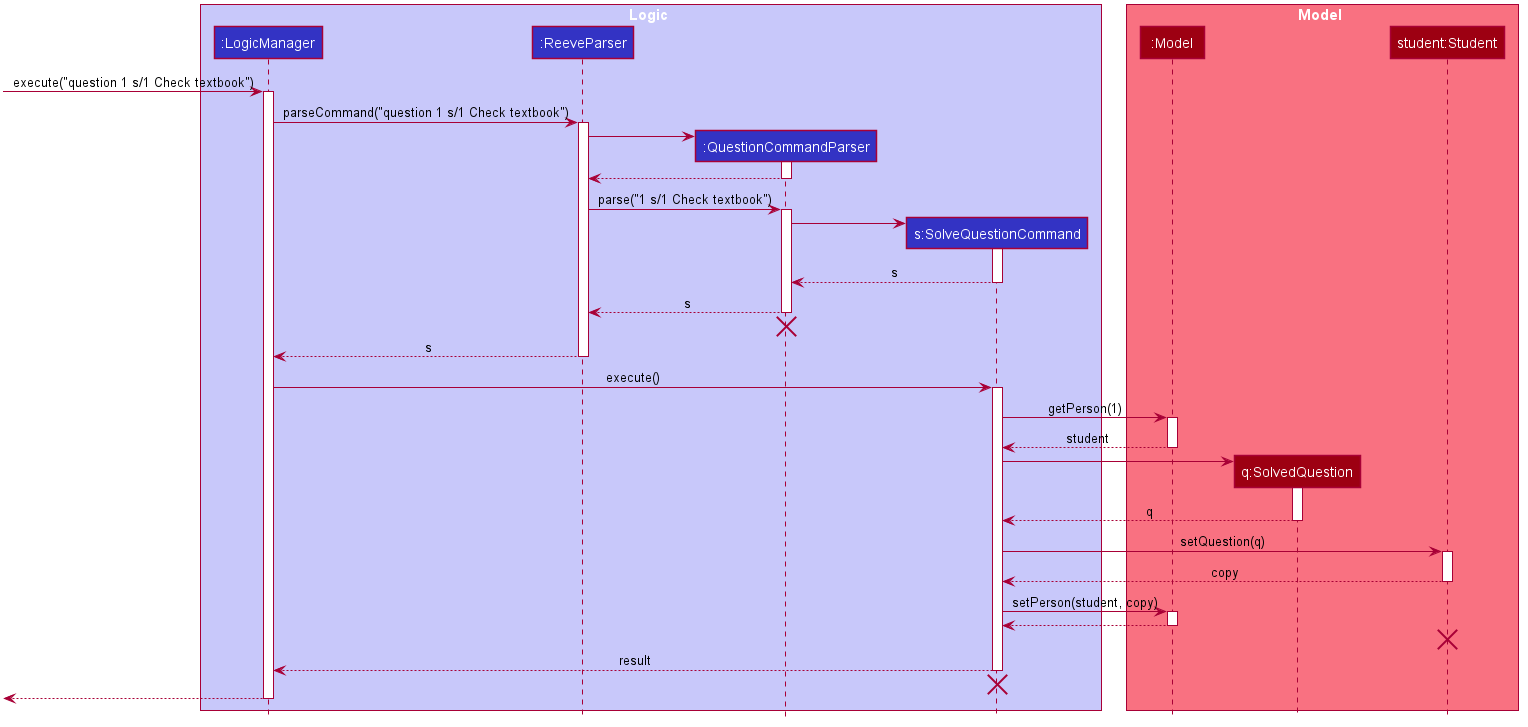
This is docs/images/SolveQuestionSequenceDiagram.png from nus-cs2103-AY2021S1/tp, a PlantUML export, as it was before one commit.
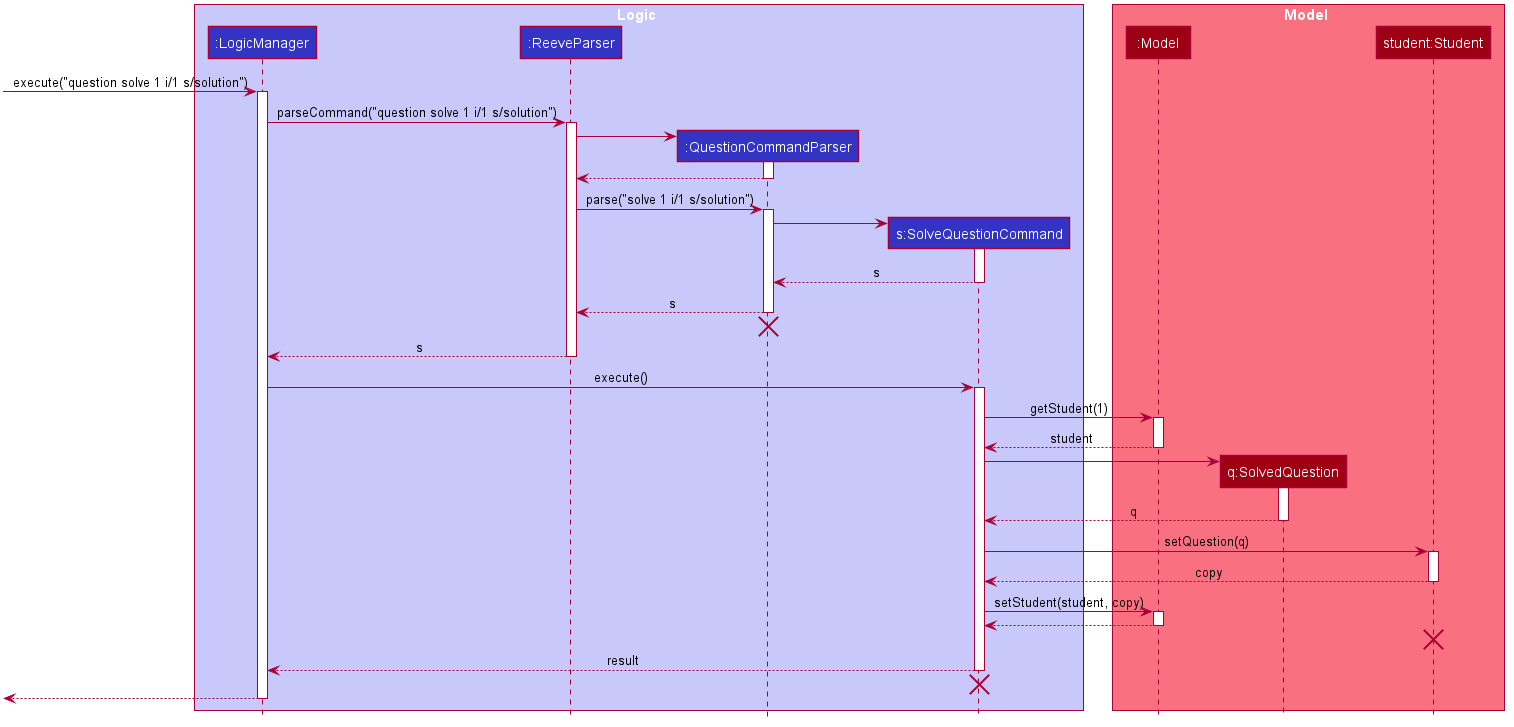
After the commit.

The edit, as a diff of the source:
```diff
@@ -61,10 +61,10 @@
 participant "student:Student" as Student #9D0012
 end box
 
-[-> LogicManager : execute("question 1 s/1 Check textbook")
+[-> LogicManager : execute("question solve 1 i/1 s/solution")
 activate LogicManager
 
-LogicManager -> ReeveParser : parseCommand("question 1 s/1 Check textbook")
+LogicManager -> ReeveParser : parseCommand("question solve 1 i/1 s/solution")
 activate ReeveParser
 
 create QuestionCommandParser
@@ -74,7 +74,7 @@
 QuestionCommandParser --> ReeveParser
 deactivate QuestionCommandParser
 
-ReeveParser -> QuestionCommandParser : parse("1 s/1 Check textbook")
+ReeveParser -> QuestionCommandParser : parse("solve 1 i/1 s/solution")
 activate QuestionCommandParser
 
 create SolveQuestionCommand
@@ -96,7 +96,7 @@
 LogicManager -> SolveQuestionCommand : execute()
 activate SolveQuestionCommand
 
-SolveQuestionCommand -> Model : getPerson(1)
+SolveQuestionCommand -> Model : getStudent(1)
 activate Model
 
 Model --> SolveQuestionCommand : student
@@ -115,7 +115,7 @@
 Student --> SolveQuestionCommand : copy
 deactivate Student
 
-SolveQuestionCommand -> Model : setPerson(student, copy)
+SolveQuestionCommand -> Model : setStudent(student, copy)
 activate Model
 
 Model --> SolveQuestionCommand
```
